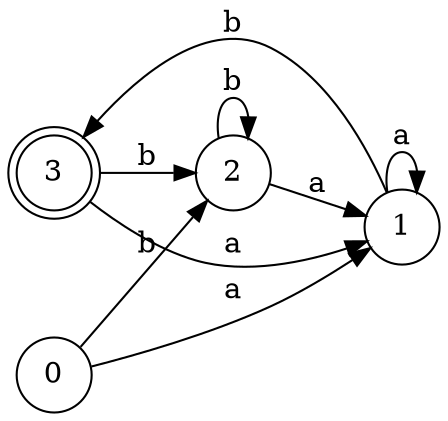
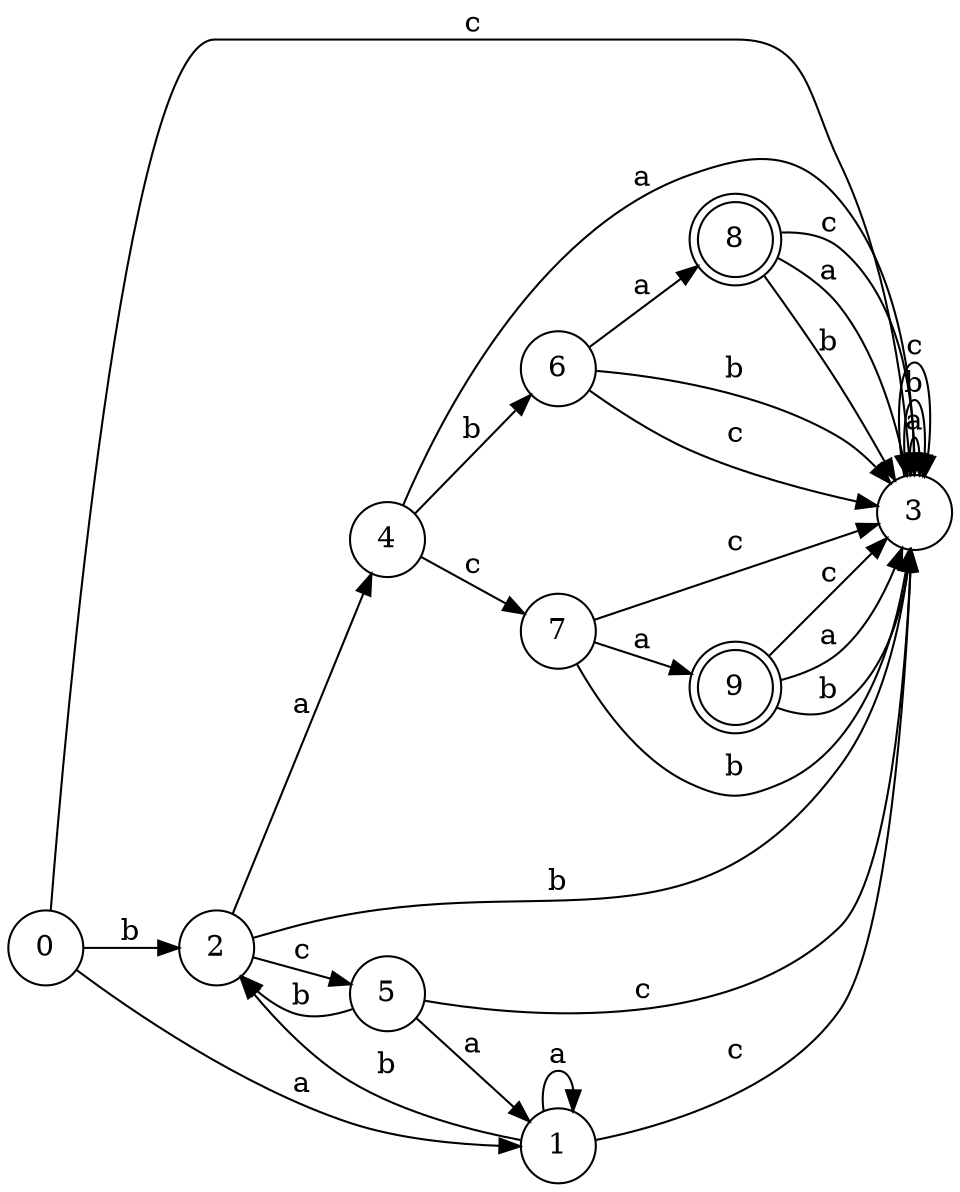
digraph DFA {
    rankdir=LR;
-     node [shape = doublecircle]; 3;
+     node [shape = doublecircle]; 8 9;
    node [shape = circle];
    0 -> 1 [label="a"];
    0 -> 2 [label="b"];
+     0 -> 3 [label="c"];
    1 -> 1 [label="a"];
-     1 -> 3 [label="b"];
-     2 -> 1 [label="a"];
-     2 -> 2 [label="b"];
-     3 -> 1 [label="a"];
-     3 -> 2 [label="b"];
+     1 -> 2 [label="b"];
+     1 -> 3 [label="c"];
+     2 -> 4 [label="a"];
+     2 -> 3 [label="b"];
+     2 -> 5 [label="c"];
+     3 -> 3 [label="a"];
+     3 -> 3 [label="b"];
+     3 -> 3 [label="c"];
+     4 -> 3 [label="a"];
+     4 -> 6 [label="b"];
+     4 -> 7 [label="c"];
+     5 -> 1 [label="a"];
+     5 -> 2 [label="b"];
+     5 -> 3 [label="c"];
+     6 -> 8 [label="a"];
+     6 -> 3 [label="b"];
+     6 -> 3 [label="c"];
+     7 -> 9 [label="a"];
+     7 -> 3 [label="b"];
+     7 -> 3 [label="c"];
+     8 -> 3 [label="a"];
+     8 -> 3 [label="b"];
+     8 -> 3 [label="c"];
+     9 -> 3 [label="a"];
+     9 -> 3 [label="b"];
+     9 -> 3 [label="c"];
}
